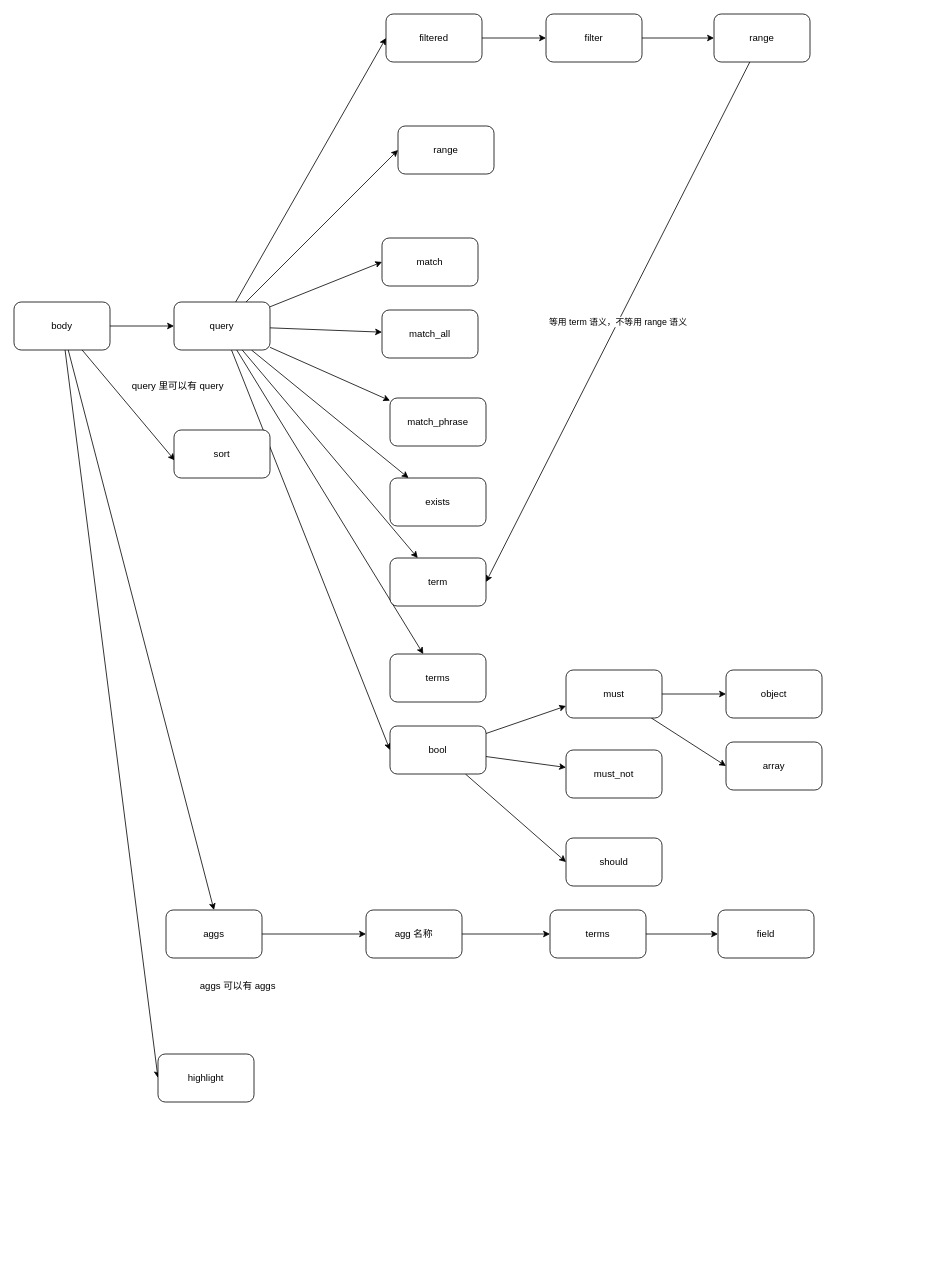
magicliang/magicliang.github.io keeps this draw.io diagram as 2021/05/10/ElasticSearch-总结/elastic-search查询字句整理.drawio. Above is the earlier version. Source tidied: cells renumbered, new cells numbered last; positions are measured from the earlier drawing's top-left corner, leaving out a move shared by most shapes. Both pictures are drawn from the tidied source at 80%, with x=0, y=0 at pixel (14, 14).
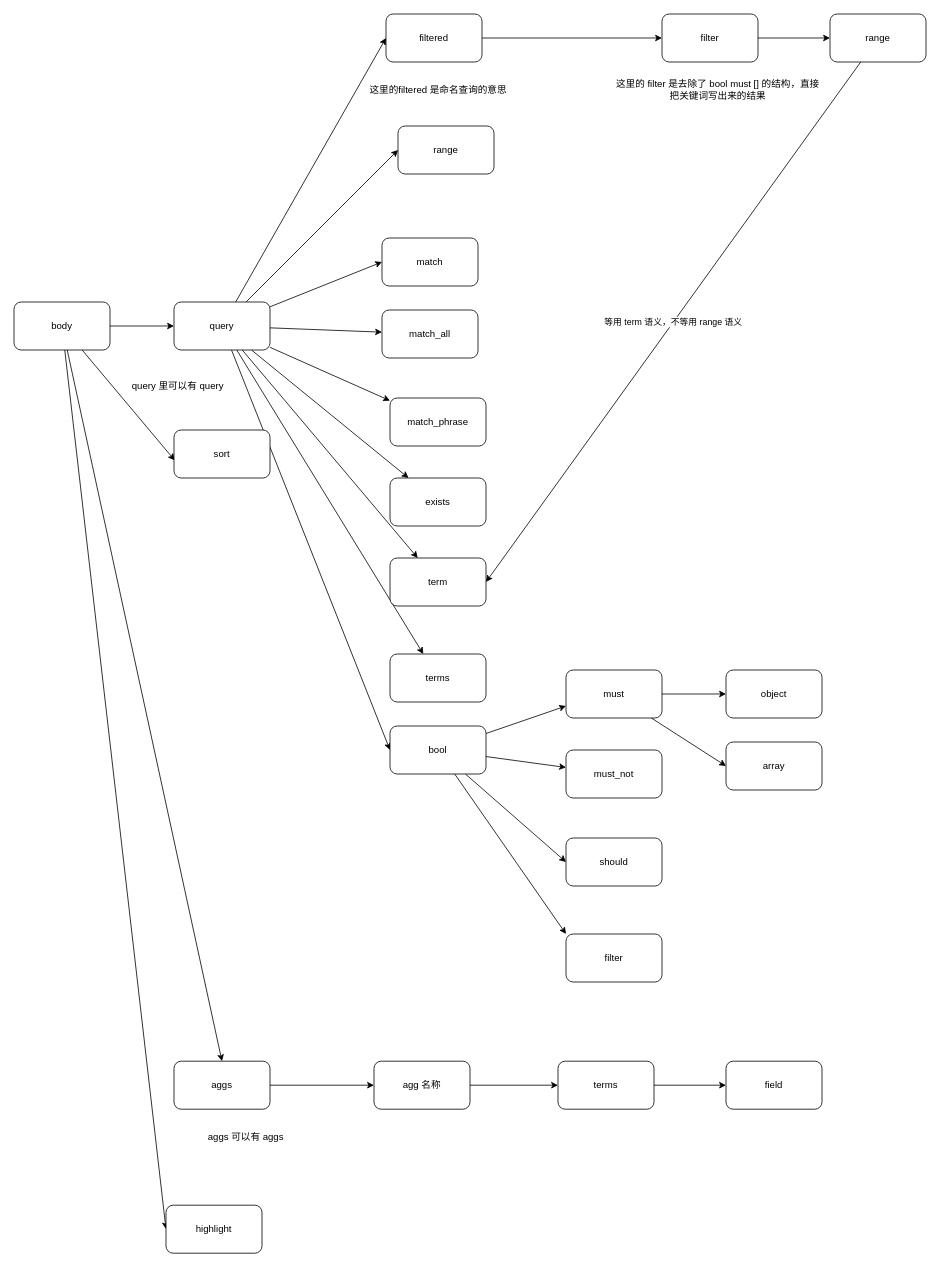
The same page after the edit.

Unchanged cells that the change refers to:
```xml
<mxCell id="30" value="bool" style="rounded=1;whiteSpace=wrap;html=1;" parent="1" vertex="1">
  <mxGeometry x="470" y="890" width="120" height="60" as="geometry" />
</mxCell>
```

What changed in the source:
```diff
@@
     <mxCell id="19" value="aggs" style="rounded=1;whiteSpace=wrap;html=1;" parent="1" vertex="1">
-      <mxGeometry x="190" y="1120" width="120" height="60" as="geometry" />
+      <mxGeometry x="200" y="1309" width="120" height="60" as="geometry" />
     </mxCell>
@@
     <mxCell id="21" value="range" style="rounded=1;whiteSpace=wrap;html=1;" parent="1" vertex="1">
-      <mxGeometry x="875" width="120" height="60" as="geometry" />
+      <mxGeometry x="1020" width="120" height="60" as="geometry" />
     </mxCell>
@@
+    <mxCell id="52" style="rounded=0;jettySize=auto;html=1;entryX=0;entryY=0;entryDx=0;entryDy=0;" parent="1" edge="1" source="30" target="53">
+      <mxGeometry relative="1" as="geometry" />
+    </mxCell>
@@
     <mxCell id="40" value="filter" style="rounded=1;whiteSpace=wrap;html=1;" parent="1" vertex="1">
-      <mxGeometry x="665" width="120" height="60" as="geometry" />
+      <mxGeometry x="810" width="120" height="60" as="geometry" />
     </mxCell>
@@
     <mxCell id="42" value="terms" style="rounded=1;whiteSpace=wrap;html=1;" parent="1" vertex="1">
-      <mxGeometry x="670" y="1120" width="120" height="60" as="geometry" />
+      <mxGeometry x="680" y="1309" width="120" height="60" as="geometry" />
     </mxCell>
     <mxCell id="43" value="field" style="rounded=1;whiteSpace=wrap;html=1;" parent="1" vertex="1">
-      <mxGeometry x="880" y="1120" width="120" height="60" as="geometry" />
+      <mxGeometry x="890" y="1309" width="120" height="60" as="geometry" />
     </mxCell>
     <mxCell id="44" value="&lt;span style=&quot;text-align: left;&quot;&gt;highlight&lt;/span&gt;" style="rounded=1;whiteSpace=wrap;html=1;" parent="1" vertex="1">
-      <mxGeometry x="180" y="1300" width="120" height="60" as="geometry" />
+      <mxGeometry x="190" y="1489" width="120" height="60" as="geometry" />
     </mxCell>
@@
     <mxCell id="46" value="agg 名称" style="rounded=1;whiteSpace=wrap;html=1;" parent="1" vertex="1">
-      <mxGeometry x="440" y="1120" width="120" height="60" as="geometry" />
+      <mxGeometry x="450" y="1309" width="120" height="60" as="geometry" />
     </mxCell>
     <mxCell id="47" value="aggs 可以有 aggs" style="text;html=1;strokeColor=none;fillColor=none;align=center;verticalAlign=middle;whiteSpace=wrap;rounded=0;" parent="1" vertex="1">
-      <mxGeometry x="190" y="1200" width="180" height="30" as="geometry" />
+      <mxGeometry x="200" y="1389" width="180" height="30" as="geometry" />
     </mxCell>
@@
+    <mxCell id="53" value="filter" style="whiteSpace=wrap;html=1;rounded=1;" parent="1" vertex="1">
+      <mxGeometry x="690" y="1150" width="120" height="60" as="geometry" />
+    </mxCell>
+    <mxCell id="54" value="这里的filtered 是命名查询的意思" style="text;html=1;strokeColor=none;fillColor=none;align=center;verticalAlign=middle;whiteSpace=wrap;rounded=0;" parent="1" vertex="1">
+      <mxGeometry x="442.5" y="80" width="175" height="30" as="geometry" />
+    </mxCell>
+    <mxCell id="55" value="这里的 filter 是去除了 bool must [] 的结构，直接把关键词写出来的结果" style="text;html=1;strokeColor=none;fillColor=none;align=center;verticalAlign=middle;whiteSpace=wrap;rounded=0;" parent="1" vertex="1">
+      <mxGeometry x="750" y="80" width="260" height="30" as="geometry" />
+    </mxCell>
```
